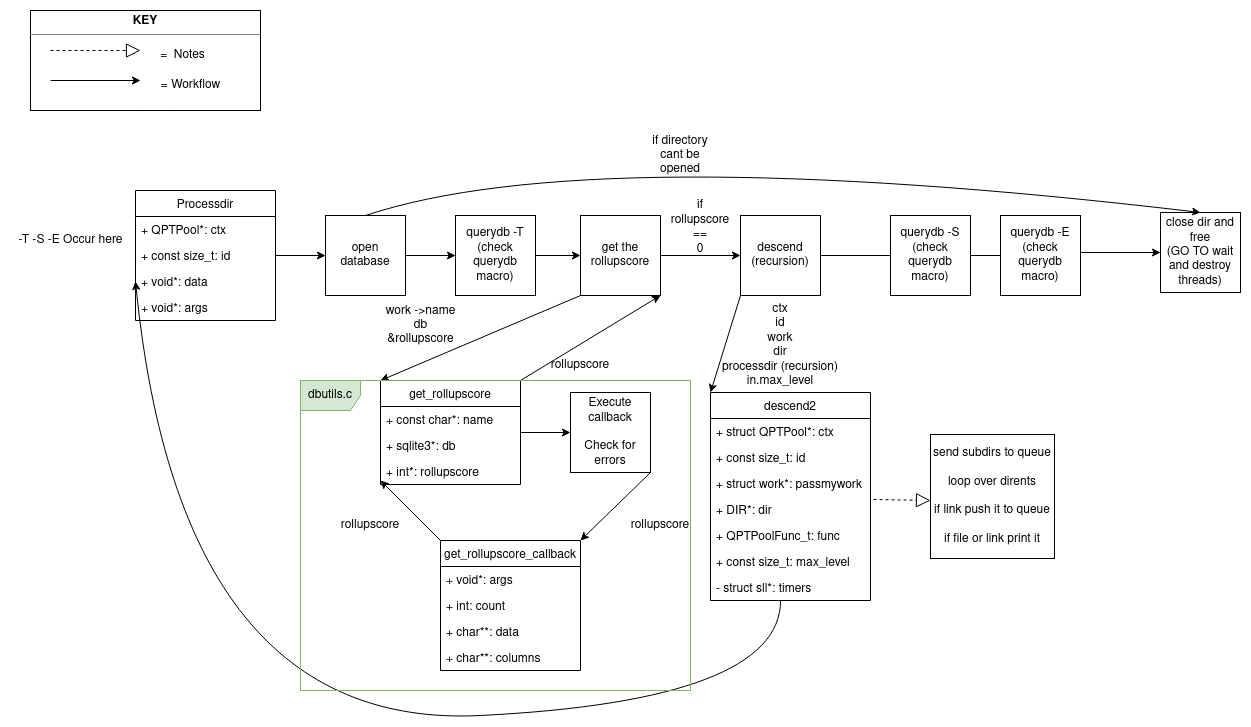
This is docs/latex/images/gufi_query_processdir.png from mar-file-system/GUFI, a draw.io export, as it was before one commit. Source tidied: cells renumbered, new cells last; positions are measured from the earlier drawing's top-left corner, leaving out a move shared by most shapes.
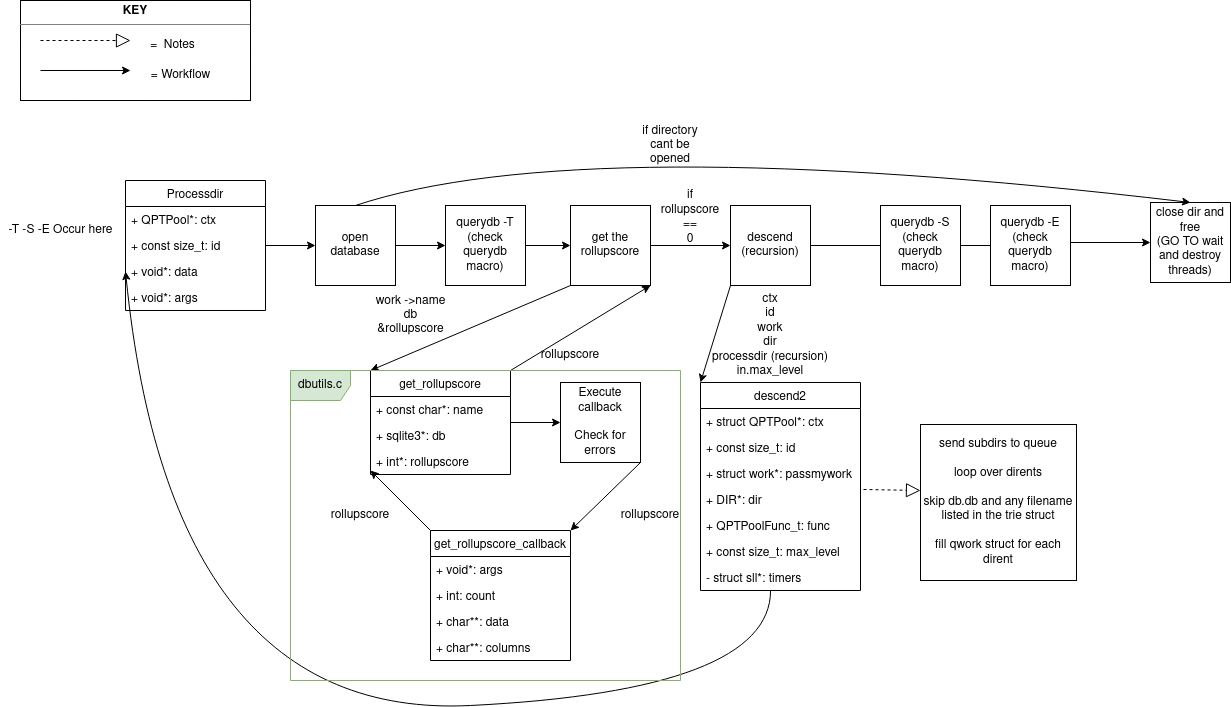
After the commit.

Commit message:
Updated processdir diagram and formatting

gufi_query_processdir diagram had an error in one of the boxes and has been
updated. I also provided the draw.io file of this diagram for ease of
access later.

src/gufi_query/main.c had a small formatting error that was fixed for neatness

Diff of the diagram source:
```diff
@@ -125,8 +125,8 @@
     <mxCell id="42" style="endArrow=classic;html=1;rounded=0;exitX=0;exitY=1;exitDx=0;exitDy=0;entryX=0;entryY=0;entryDx=0;entryDy=0;" parent="1" edge="1" source="13" target="34">
       <mxGeometry relative="1" as="geometry" />
     </mxCell>
-    <mxCell id="43" value="&lt;div&gt;send subdirs to queue&lt;/div&gt;&lt;div&gt;&lt;br&gt;&lt;/div&gt;&lt;div&gt;loop over dirents&lt;/div&gt;&lt;div&gt;&lt;br&gt;&lt;/div&gt;&lt;div&gt;if link push it to queue&lt;/div&gt;&lt;div&gt;&lt;br&gt;&lt;/div&gt;&lt;div&gt;if file or link print it &lt;br&gt;&lt;/div&gt;" style="whiteSpace=wrap;html=1;" parent="1" vertex="1">
-      <mxGeometry x="920" y="424" width="124" height="124" as="geometry" />
+    <mxCell id="43" value="&lt;div&gt;send subdirs to queue&lt;/div&gt;&lt;div&gt;&lt;br&gt;&lt;/div&gt;&lt;div&gt;loop over dirents&lt;/div&gt;&lt;div&gt;&lt;br&gt;&lt;/div&gt;&lt;div&gt;skip db.db and any filename listed in the trie struct&lt;br&gt;&lt;/div&gt;&lt;div&gt;&lt;br&gt;&lt;/div&gt;&lt;div&gt;fill qwork struct for each dirent &lt;br&gt;&lt;/div&gt;" style="whiteSpace=wrap;html=1;" parent="1" vertex="1">
+      <mxGeometry x="920" y="424" width="156" height="156" as="geometry" />
     </mxCell>
     <mxCell id="44" value="&lt;div&gt;close dir and free&lt;/div&gt;(GO TO wait and destroy threads)" style="whiteSpace=wrap;html=1;" parent="1" vertex="1">
       <mxGeometry x="1150" y="202" width="80" height="80" as="geometry" />
```
